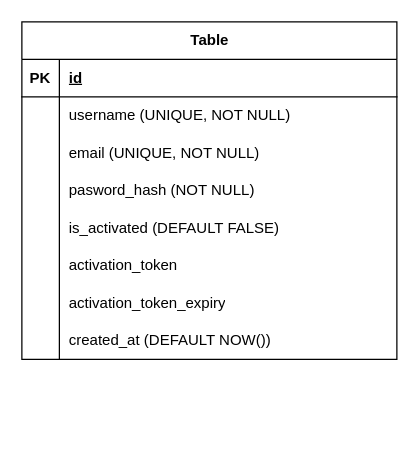
V-P-O/AppSec_project keeps this draw.io diagram as docs/diagrams/db(1).drawio. Above is the earlier version. Source tidied: cells renumbered, new cells numbered last; positions are measured from the earlier drawing's top-left corner, leaving out a move shared by most shapes. Both pictures are drawn from the tidied source at 125%, with x=0, y=0 at pixel (21, 21).
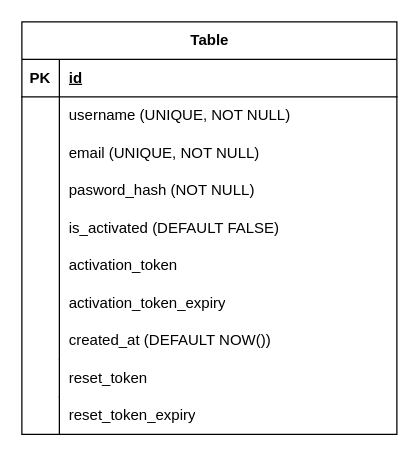
After the change.

Diff of the diagram source:
```diff
@@
     <mxCell id="2" value="Table" style="shape=table;startSize=30;childLayout=tableLayout;rowLines=0;fontStyle=1;align=center;html=1;" parent="1" vertex="1">
-      <mxGeometry width="300" height="270" as="geometry" />
+      <mxGeometry width="300" height="330" as="geometry" />
     </mxCell>
@@
+    <mxCell id="27" value="reset_token" style="shape=partialRectangle;fillColor=none;top=0;left=1;bottom=0;right=0;align=left;spacingLeft=6;overflow=hidden;whiteSpace=wrap;html=1;perimeterSpacing=0;" parent="1" vertex="1">
+      <mxGeometry x="30" y="270" width="270" height="30" as="geometry" />
+    </mxCell>
+    <mxCell id="28" value="reset_token_expiry" style="shape=partialRectangle;fillColor=none;top=0;left=1;bottom=0;right=0;align=left;spacingLeft=6;overflow=hidden;whiteSpace=wrap;html=1;" parent="1" vertex="1">
+      <mxGeometry x="30" y="300" width="270" height="30" as="geometry" />
+    </mxCell>
```
